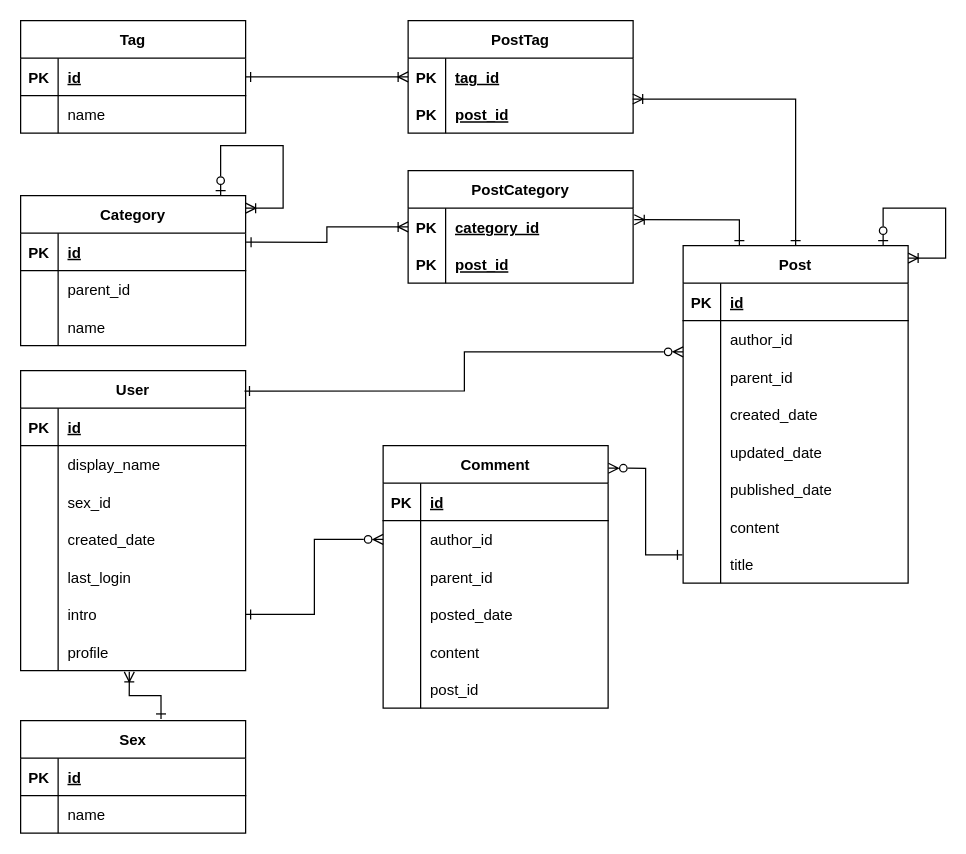
The draw.io diagram Diagram/ERD.drawio in HT-Dat/BlogSite_Server, before the edit. Source tidied: cells renumbered, new cells numbered last; positions are measured from the earlier drawing's top-left corner, leaving out a move shared by most shapes. Both pictures are drawn from the tidied source at 125%, with x=0, y=0 at pixel (20, 20).
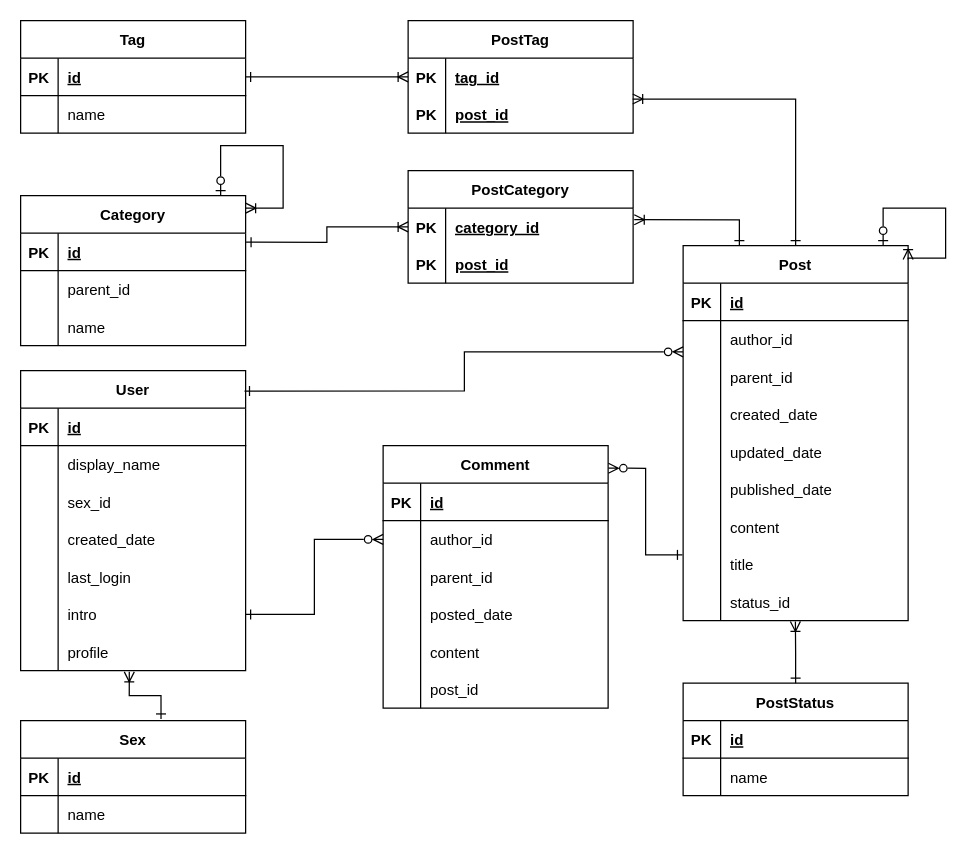
Above is the later version.

Commit message:
Add PostStatus table for status lookup

The edit, as a diff of the source:
```diff
@@
     <mxCell id="24" value="Post" style="shape=table;startSize=30;childLayout=tableLayout;rowLines=0;fontStyle=1;align=center;" parent="1" vertex="1">
-      <mxGeometry x="530" y="180" width="180" height="270" as="geometry" />
+      <mxGeometry x="530" y="180" width="180" height="300" as="geometry" />
     </mxCell>
@@
+    <mxCell id="116" style="shape=tableRow;horizontal=0;startSize=0;swimlaneHead=0;swimlaneBody=0;fillColor=none;points=[[0,0.5],[1,0.5]];portConstraint=eastwest;top=0;left=0;right=0;bottom=0;" parent="24" vertex="1">
+      <mxGeometry y="270" width="180" height="30" as="geometry" />
+    </mxCell>
+    <mxCell id="117" style="shape=partialRectangle;fillColor=none;top=0;left=0;bottom=0;right=0;overflow=hidden;" parent="116" vertex="1">
+      <mxGeometry width="30" height="30" as="geometry" />
+    </mxCell>
+    <mxCell id="118" value="status_id" style="shape=partialRectangle;fillColor=none;top=0;left=0;bottom=0;right=0;align=left;spacingLeft=6;overflow=hidden;" parent="116" vertex="1">
+      <mxGeometry x="30" width="150" height="30" as="geometry" />
+    </mxCell>
@@
+    <mxCell id="119" value="PostStatus" style="shape=table;startSize=30;childLayout=tableLayout;rowLines=0;fontStyle=1;align=center;" parent="1" vertex="1">
+      <mxGeometry x="530" y="530" width="180" height="90" as="geometry" />
+    </mxCell>
+    <mxCell id="120" style="shape=tableRow;horizontal=0;startSize=0;swimlaneHead=0;swimlaneBody=0;fillColor=none;top=0;left=0;right=0;bottom=1;" parent="119" vertex="1">
+      <mxGeometry y="30" width="180" height="30" as="geometry" />
+    </mxCell>
+    <mxCell id="121" value="PK" style="shape=partialRectangle;fillColor=none;top=0;left=0;bottom=0;right=0;fontStyle=1;overflow=hidden;" parent="120" vertex="1">
+      <mxGeometry width="30" height="30" as="geometry" />
+    </mxCell>
+    <mxCell id="122" value="id" style="shape=partialRectangle;fillColor=none;top=0;left=0;bottom=0;right=0;align=left;spacingLeft=6;fontStyle=5;overflow=hidden;" parent="120" vertex="1">
+      <mxGeometry x="30" width="150" height="30" as="geometry" />
+    </mxCell>
+    <mxCell id="123" style="shape=tableRow;horizontal=0;startSize=0;swimlaneHead=0;swimlaneBody=0;fillColor=none;top=0;left=0;right=0;bottom=0;" parent="119" vertex="1">
+      <mxGeometry y="60" width="180" height="30" as="geometry" />
+    </mxCell>
+    <mxCell id="124" style="shape=partialRectangle;fillColor=none;top=0;left=0;bottom=0;right=0;overflow=hidden;" parent="123" vertex="1">
+      <mxGeometry width="30" height="30" as="geometry" />
+    </mxCell>
+    <mxCell id="125" value="name" style="shape=partialRectangle;fillColor=none;top=0;left=0;bottom=0;right=0;align=left;spacingLeft=6;overflow=hidden;" parent="123" vertex="1">
+      <mxGeometry x="30" width="150" height="30" as="geometry" />
+    </mxCell>
+    <mxCell id="126" style="endArrow=ERoneToMany;html=1;rounded=0;exitX=0.5;exitY=0;exitDx=0;exitDy=0;edgeStyle=orthogonalEdgeStyle;startArrow=ERone;startFill=0;endFill=0;entryX=0.499;entryY=1.021;entryDx=0;entryDy=0;entryPerimeter=0;" parent="1" edge="1" source="119" target="116">
+      <mxGeometry relative="1" as="geometry" />
+    </mxCell>
```
